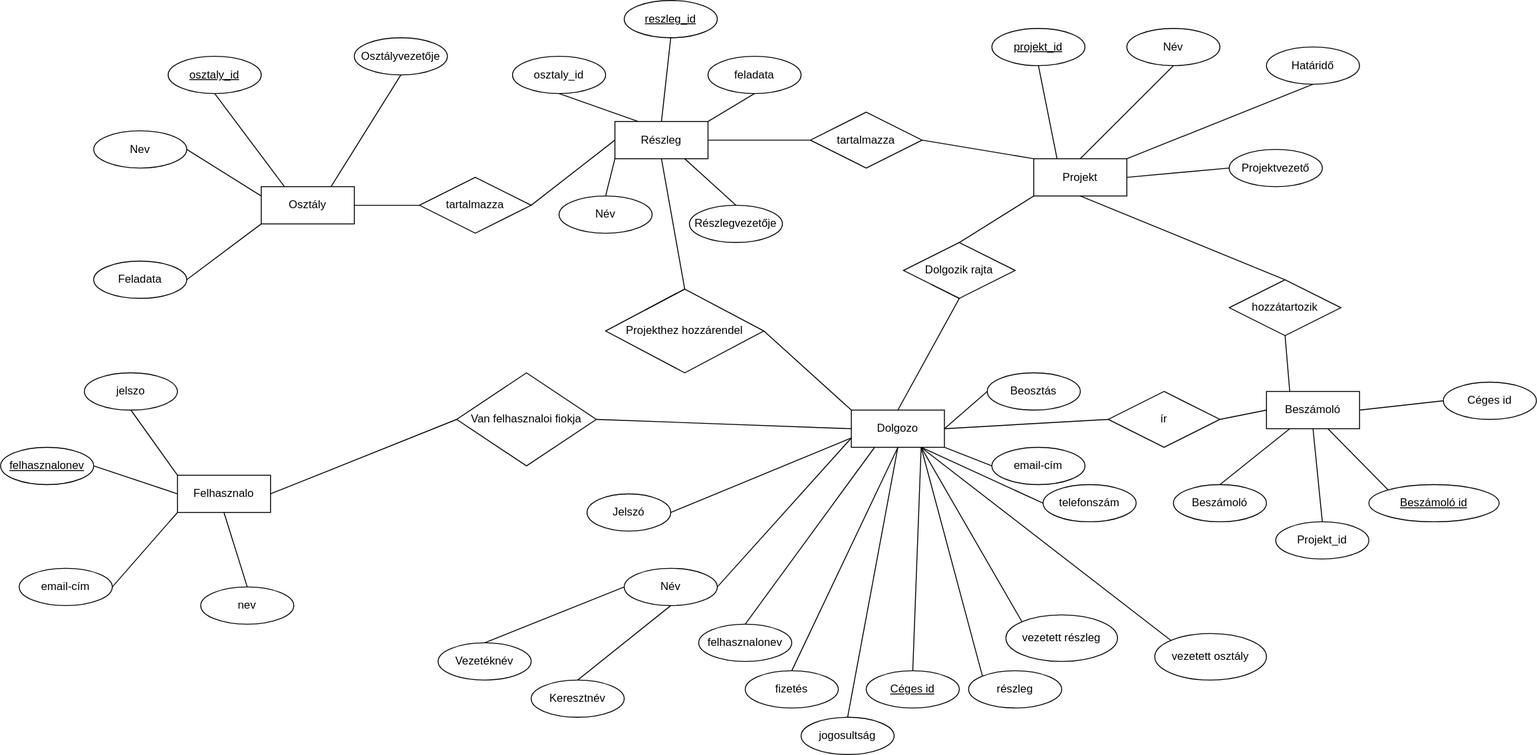
Earlier version of the draw.io export adatb.drawio.svg (Alfonz33/adatbazis-projektmunka). Source tidied: cells renumbered, new cells last; positions are measured from the earlier drawing's top-left corner, leaving out a move shared by most shapes.
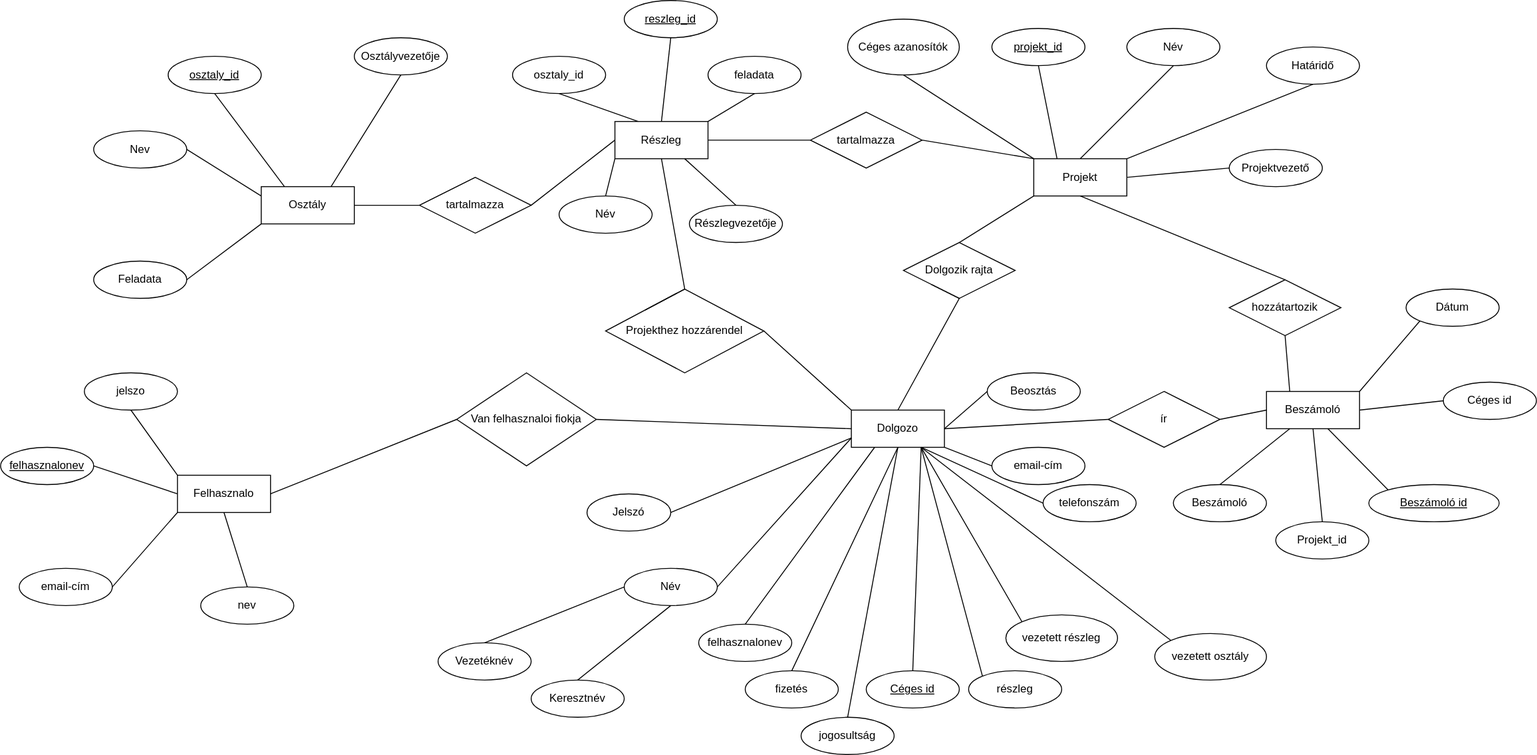
After the change.

Diff of the diagram source:
```diff
@@ -307,5 +307,17 @@
     <mxCell id="100" style="endArrow=none;html=1;rounded=0;exitX=0.75;exitY=1;exitDx=0;exitDy=0;entryX=0;entryY=0;entryDx=0;entryDy=0;" parent="1" edge="1" source="2" target="99">
       <mxGeometry relative="1" as="geometry" />
     </mxCell>
+    <mxCell id="101" value="Céges azanosítók" style="ellipse;whiteSpace=wrap;html=1;align=center;" parent="1" vertex="1">
+      <mxGeometry x="910" y="20" width="120" height="60" as="geometry" />
+    </mxCell>
+    <mxCell id="102" style="endArrow=none;html=1;rounded=0;exitX=0.5;exitY=1;exitDx=0;exitDy=0;entryX=0;entryY=0;entryDx=0;entryDy=0;" parent="1" edge="1" source="101" target="8">
+      <mxGeometry relative="1" as="geometry" />
+    </mxCell>
+    <mxCell id="103" value="Dátum" style="ellipse;whiteSpace=wrap;html=1;align=center;" parent="1" vertex="1">
+      <mxGeometry x="1510" y="310" width="100" height="40" as="geometry" />
+    </mxCell>
+    <mxCell id="104" style="endArrow=none;html=1;rounded=0;exitX=1;exitY=0;exitDx=0;exitDy=0;entryX=0;entryY=1;entryDx=0;entryDy=0;" parent="1" edge="1" source="3" target="103">
+      <mxGeometry relative="1" as="geometry" />
+    </mxCell>
   </root>
 </mxGraphModel>
```
